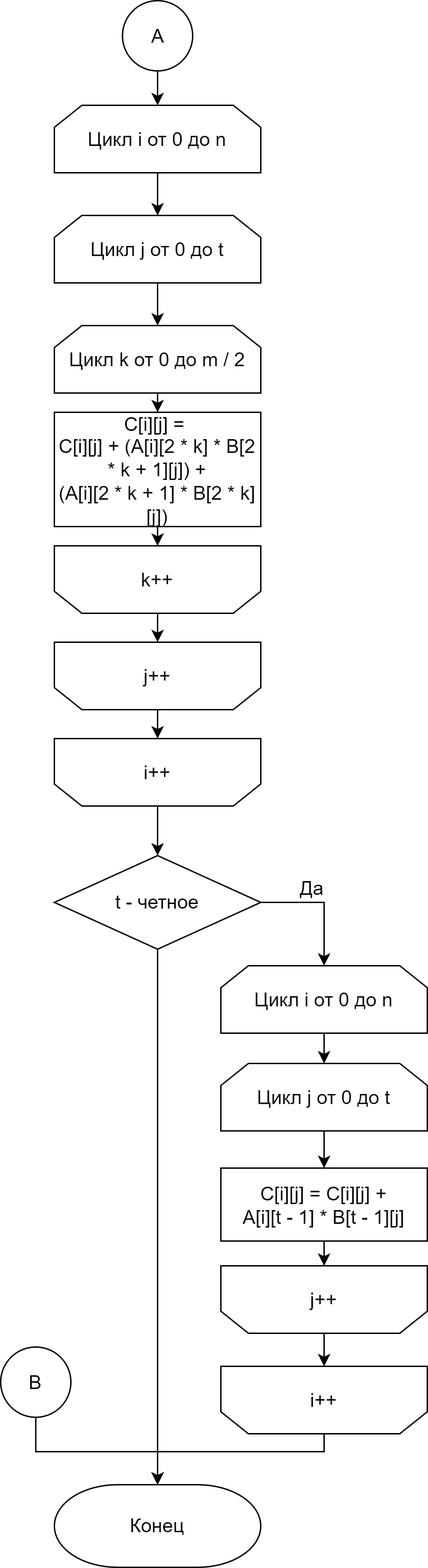
Before: lab_02/docs/img/vinograd_alg_2.png, a diagram exported from draw.io (Mansurow/bmstu-iu7-5sem-AA). Source tidied: cells renumbered, new cells last; positions are measured from the earlier drawing's top-left corner, leaving out a move shared by most shapes.
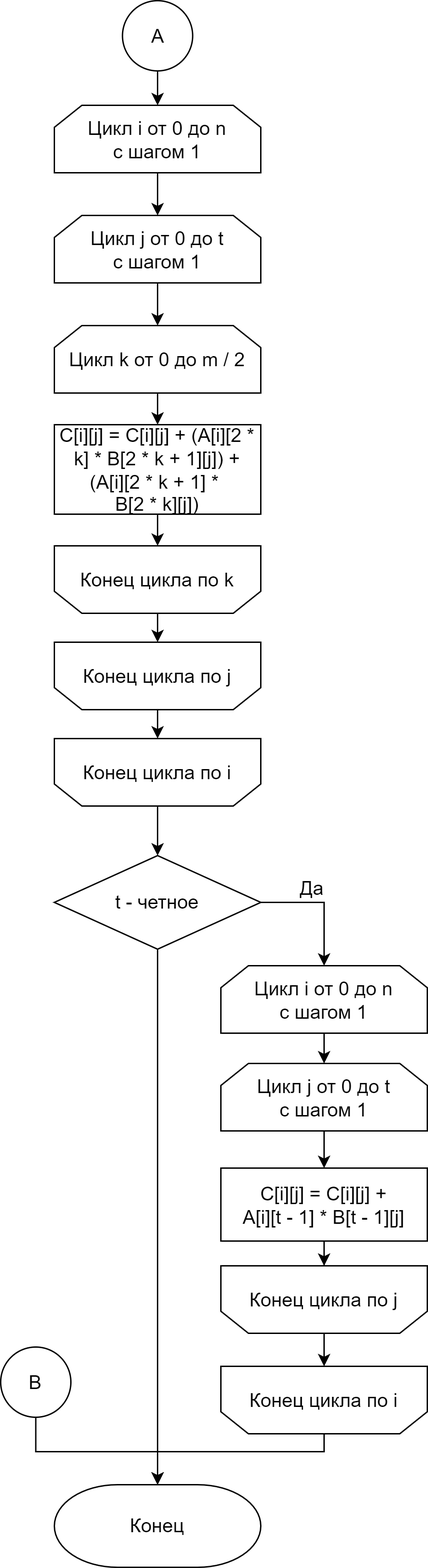
Above is the later version.

Change to the diagram source:
```diff
@@ -8,13 +8,13 @@
     <mxCell id="3" style="edgeStyle=orthogonalEdgeStyle;rounded=0;jettySize=auto;html=1;fontSize=14;" parent="1" edge="1" source="4" target="6">
       <mxGeometry relative="1" as="geometry" />
     </mxCell>
-    <mxCell id="4" value="&lt;span style=&quot;font-size: 14px;&quot;&gt;Цикл i от 0 до n&lt;/span&gt;" style="shape=loopLimit;whiteSpace=wrap;html=1;fontSize=14;" parent="1" vertex="1">
+    <mxCell id="4" value="&lt;span style=&quot;font-size: 14px;&quot;&gt;Цикл i от 0 до n&lt;br&gt;с шагом 1&lt;br&gt;&lt;/span&gt;" style="shape=loopLimit;whiteSpace=wrap;html=1;fontSize=14;" parent="1" vertex="1">
       <mxGeometry x="39" y="76" width="150" height="49" as="geometry" />
     </mxCell>
     <mxCell id="5" style="edgeStyle=orthogonalEdgeStyle;rounded=0;jettySize=auto;html=1;fontSize=14;" parent="1" edge="1" source="6" target="8">
       <mxGeometry relative="1" as="geometry" />
     </mxCell>
-    <mxCell id="6" value="&lt;span style=&quot;font-size: 14px;&quot;&gt;Цикл j от 0 до t&lt;/span&gt;" style="shape=loopLimit;whiteSpace=wrap;html=1;fontSize=14;" parent="1" vertex="1">
+    <mxCell id="6" value="&lt;span style=&quot;font-size: 14px;&quot;&gt;Цикл j от 0 до t&lt;br&gt;с шагом 1&lt;br&gt;&lt;/span&gt;" style="shape=loopLimit;whiteSpace=wrap;html=1;fontSize=14;" parent="1" vertex="1">
       <mxGeometry x="39" y="156" width="150" height="49" as="geometry" />
     </mxCell>
     <mxCell id="7" style="edgeStyle=orthogonalEdgeStyle;rounded=0;jettySize=auto;html=1;fontSize=14;" parent="1" edge="1" source="8" target="10">
@@ -26,25 +26,25 @@
     <mxCell id="9" style="edgeStyle=orthogonalEdgeStyle;rounded=0;jettySize=auto;html=1;fontSize=14;" parent="1" edge="1" source="10" target="16">
       <mxGeometry relative="1" as="geometry" />
     </mxCell>
-    <mxCell id="10" value="C[i][j] = &lt;br&gt;C[i][j] +&amp;nbsp;(A[i][2 * k] * B[2 * k + 1][j]) +&lt;br style=&quot;font-size: 14px;&quot;&gt;(A[i][2 * k + 1] * B[2 * k][j])" style="rounded=0;whiteSpace=wrap;html=1;absoluteArcSize=1;arcSize=14;strokeWidth=1;fontSize=14;" parent="1" vertex="1">
-      <mxGeometry x="39" y="299" width="150" height="83" as="geometry" />
+    <mxCell id="10" value="C[i][j] = C[i][j] +&amp;nbsp;(A[i][2 * k] * B[2 * k + 1][j]) + (A[i][2 * k + 1] * &lt;br&gt;B[2 * k][j])" style="rounded=0;whiteSpace=wrap;html=1;absoluteArcSize=1;arcSize=14;strokeWidth=1;fontSize=14;" parent="1" vertex="1">
+      <mxGeometry x="39" y="308" width="150" height="65" as="geometry" />
     </mxCell>
     <mxCell id="11" style="edgeStyle=orthogonalEdgeStyle;rounded=0;jettySize=auto;html=1;endArrow=classic;endFill=1;fontSize=14;" parent="1" edge="1" source="12" target="20">
       <mxGeometry relative="1" as="geometry" />
     </mxCell>
-    <mxCell id="12" value="i++&lt;br&gt;" style="shape=loopLimit;whiteSpace=wrap;html=1;direction=west;fontSize=14;" parent="1" vertex="1">
+    <mxCell id="12" value="Конец цикла по i" style="shape=loopLimit;whiteSpace=wrap;html=1;direction=west;fontSize=14;" parent="1" vertex="1">
       <mxGeometry x="39" y="536" width="150" height="49" as="geometry" />
     </mxCell>
     <mxCell id="13" style="edgeStyle=orthogonalEdgeStyle;rounded=0;jettySize=auto;html=1;fontSize=14;" parent="1" edge="1" source="14" target="12">
       <mxGeometry relative="1" as="geometry" />
     </mxCell>
-    <mxCell id="14" value="&lt;span style=&quot;font-size: 14px;&quot;&gt;j++&lt;/span&gt;" style="shape=loopLimit;whiteSpace=wrap;html=1;direction=west;fontSize=14;" parent="1" vertex="1">
+    <mxCell id="14" value="Конец цикла по j" style="shape=loopLimit;whiteSpace=wrap;html=1;direction=west;fontSize=14;" parent="1" vertex="1">
       <mxGeometry x="39" y="466" width="150" height="49" as="geometry" />
     </mxCell>
     <mxCell id="15" style="edgeStyle=orthogonalEdgeStyle;rounded=0;jettySize=auto;html=1;entryX=0.5;entryY=1;entryDx=0;entryDy=0;fontSize=14;" parent="1" edge="1" source="16" target="14">
       <mxGeometry relative="1" as="geometry" />
     </mxCell>
-    <mxCell id="16" value="&lt;span style=&quot;font-size: 14px;&quot;&gt;k++&lt;/span&gt;" style="shape=loopLimit;whiteSpace=wrap;html=1;direction=west;fontSize=14;" parent="1" vertex="1">
+    <mxCell id="16" value="Конец цикла по k" style="shape=loopLimit;whiteSpace=wrap;html=1;direction=west;fontSize=14;" parent="1" vertex="1">
       <mxGeometry x="39" y="396" width="150" height="49" as="geometry" />
     </mxCell>
     <mxCell id="17" style="edgeStyle=orthogonalEdgeStyle;rounded=0;jettySize=auto;html=1;exitX=1;exitY=0.5;exitDx=0;exitDy=0;endArrow=classic;endFill=1;fontSize=14;" parent="1" edge="1" source="20" target="22">
@@ -64,13 +64,13 @@
     <mxCell id="21" style="edgeStyle=orthogonalEdgeStyle;rounded=0;jettySize=auto;html=1;endArrow=classic;endFill=1;fontSize=14;" parent="1" edge="1" source="22" target="24">
       <mxGeometry relative="1" as="geometry" />
     </mxCell>
-    <mxCell id="22" value="&lt;span style=&quot;font-size: 14px;&quot;&gt;Цикл i от 0 до n&lt;/span&gt;" style="shape=loopLimit;whiteSpace=wrap;html=1;fontSize=14;" parent="1" vertex="1">
+    <mxCell id="22" value="&lt;span style=&quot;font-size: 14px;&quot;&gt;Цикл i от 0 до n&lt;br&gt;с шагом 1&lt;br&gt;&lt;/span&gt;" style="shape=loopLimit;whiteSpace=wrap;html=1;fontSize=14;" parent="1" vertex="1">
       <mxGeometry x="160" y="701" width="150" height="49" as="geometry" />
     </mxCell>
     <mxCell id="23" style="edgeStyle=orthogonalEdgeStyle;rounded=0;jettySize=auto;html=1;endArrow=classic;endFill=1;fontSize=14;" parent="1" edge="1" source="24" target="26">
       <mxGeometry relative="1" as="geometry" />
     </mxCell>
-    <mxCell id="24" value="&lt;span style=&quot;font-size: 14px;&quot;&gt;Цикл j от 0 до t&lt;br style=&quot;font-size: 14px;&quot;&gt;&lt;/span&gt;" style="shape=loopLimit;whiteSpace=wrap;html=1;fontSize=14;" parent="1" vertex="1">
+    <mxCell id="24" value="&lt;span style=&quot;font-size: 14px;&quot;&gt;Цикл j от 0 до t&lt;br&gt;с шагом 1&lt;br style=&quot;font-size: 14px;&quot;&gt;&lt;/span&gt;" style="shape=loopLimit;whiteSpace=wrap;html=1;fontSize=14;" parent="1" vertex="1">
       <mxGeometry x="160" y="772" width="150" height="49" as="geometry" />
     </mxCell>
     <mxCell id="25" style="edgeStyle=orthogonalEdgeStyle;rounded=0;jettySize=auto;html=1;endArrow=classic;endFill=1;fontSize=14;" parent="1" edge="1" source="26" target="30">
@@ -87,13 +87,13 @@
         </Array>
       </mxGeometry>
     </mxCell>
-    <mxCell id="28" value="&lt;span style=&quot;font-size: 14px;&quot;&gt;i++&lt;br style=&quot;font-size: 14px;&quot;&gt;&lt;/span&gt;" style="shape=loopLimit;whiteSpace=wrap;html=1;direction=west;fontSize=14;" parent="1" vertex="1">
+    <mxCell id="28" value="Конец цикла по i&lt;span style=&quot;font-size: 14px;&quot;&gt;&lt;br style=&quot;font-size: 14px;&quot;&gt;&lt;/span&gt;" style="shape=loopLimit;whiteSpace=wrap;html=1;direction=west;fontSize=14;" parent="1" vertex="1">
       <mxGeometry x="160" y="992" width="150" height="49" as="geometry" />
     </mxCell>
     <mxCell id="29" style="edgeStyle=orthogonalEdgeStyle;rounded=0;jettySize=auto;html=1;entryX=0.5;entryY=1;entryDx=0;entryDy=0;endArrow=classic;endFill=1;fontSize=14;" parent="1" edge="1" source="30" target="28">
       <mxGeometry relative="1" as="geometry" />
     </mxCell>
-    <mxCell id="30" value="&lt;span style=&quot;font-size: 14px;&quot;&gt;j++&lt;br style=&quot;font-size: 14px;&quot;&gt;&lt;/span&gt;" style="shape=loopLimit;whiteSpace=wrap;html=1;direction=west;fontSize=14;" parent="1" vertex="1">
+    <mxCell id="30" value="Конец цикла по j&lt;span style=&quot;font-size: 14px;&quot;&gt;&lt;br style=&quot;font-size: 14px;&quot;&gt;&lt;/span&gt;" style="shape=loopLimit;whiteSpace=wrap;html=1;direction=west;fontSize=14;" parent="1" vertex="1">
       <mxGeometry x="160" y="919" width="150" height="49" as="geometry" />
     </mxCell>
     <mxCell id="31" style="edgeStyle=orthogonalEdgeStyle;rounded=0;jettySize=auto;html=1;endArrow=classic;endFill=1;fontSize=14;" parent="1" edge="1" source="32" target="4">
```
